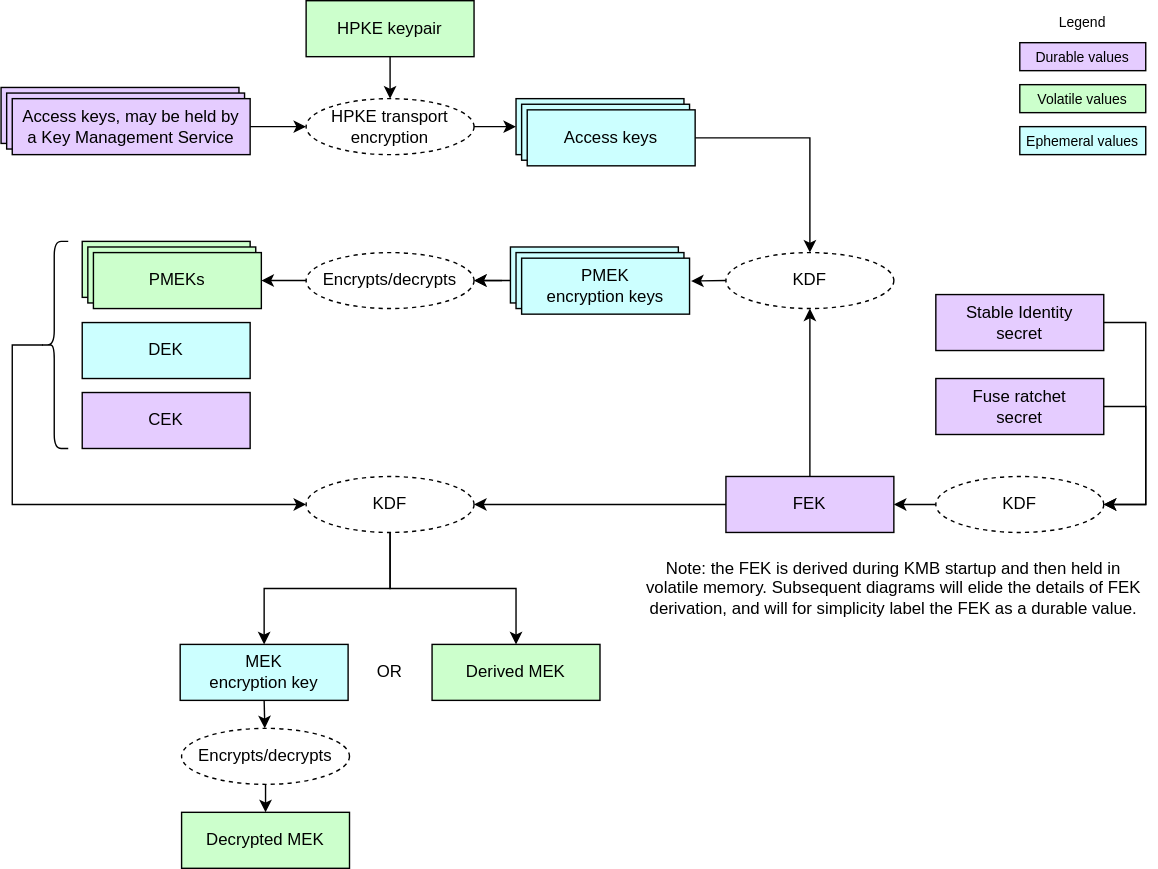
Before: doc/ocp_lock/diagrams/key_hierarchy.drawio.svg, a diagram exported from draw.io (chipsalliance/Caliptra). Source tidied: cells renumbered, new cells last; positions are measured from the earlier drawing's top-left corner, leaving out a move shared by most shapes.
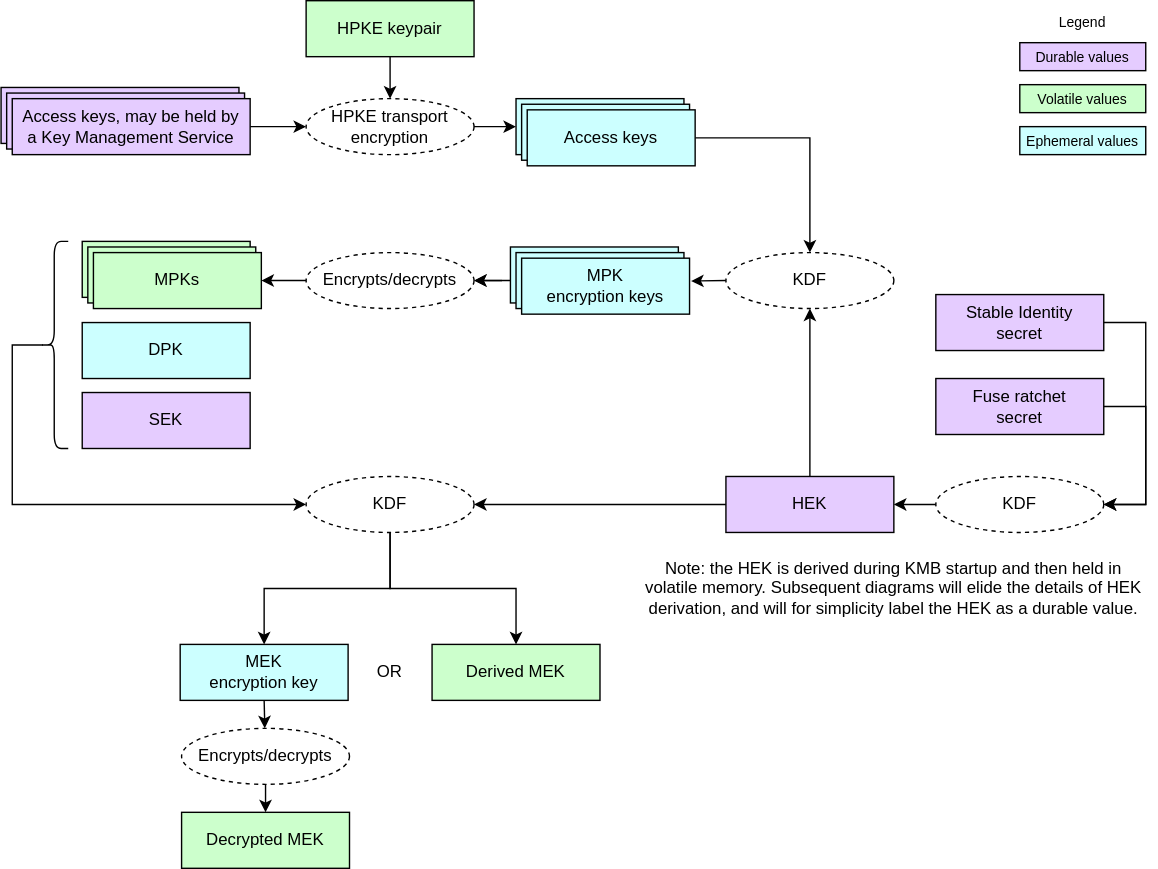
After the commit.

Diff of the diagram source:
```diff
@@ -5,7 +5,7 @@
     <mxCell id="2" style="endArrow=classic;html=1;exitX=0;exitY=0.5;exitDx=0;exitDy=0;entryX=1;entryY=0.5;entryDx=0;entryDy=0;" parent="1" edge="1" source="8" target="11">
       <mxGeometry relative="1" as="geometry" />
     </mxCell>
-    <mxCell id="3" value="&lt;div&gt;&lt;font color=&quot;#000000&quot;&gt;PMEK&lt;/font&gt;&lt;/div&gt;&lt;div&gt;&lt;font color=&quot;#000000&quot;&gt;encryption keys&lt;/font&gt;&lt;/div&gt;" style="rounded=0;whiteSpace=wrap;html=1;align=center;verticalAlign=middle;shadow=0;glass=0;spacingLeft=0;spacingBottom=0;spacingTop=0;fillColor=#CCFFFF;" parent="1" vertex="1">
+    <mxCell id="3" style="rounded=0;whiteSpace=wrap;html=1;align=center;verticalAlign=middle;shadow=0;glass=0;spacingLeft=0;spacingBottom=0;spacingTop=0;fillColor=#CCFFFF;" parent="1" vertex="1">
       <mxGeometry x="364" y="176" width="120" height="40" as="geometry" />
     </mxCell>
     <mxCell id="4" value="&lt;div&gt;&lt;font color=&quot;#000000&quot;&gt;Access keys, may be held by Key Management Service&lt;/font&gt;&lt;/div&gt;" style="rounded=0;whiteSpace=wrap;html=1;align=center;verticalAlign=middle;shadow=0;glass=0;spacingLeft=0;spacingBottom=0;spacingTop=0;fillColor=#E5CCFF;" parent="1" vertex="1">
@@ -14,7 +14,7 @@
     <mxCell id="5" value="&lt;div&gt;&lt;font color=&quot;#000000&quot;&gt;Access keys, may be held by Key Management Service&lt;/font&gt;&lt;/div&gt;" style="rounded=0;whiteSpace=wrap;html=1;align=center;verticalAlign=middle;shadow=0;glass=0;spacingLeft=0;spacingBottom=0;spacingTop=0;fillColor=#E5CCFF;" parent="1" vertex="1">
       <mxGeometry x="4" y="66" width="170" height="40" as="geometry" />
     </mxCell>
-    <mxCell id="6" value="&lt;div&gt;&lt;font color=&quot;#000000&quot;&gt;FEK&lt;/font&gt;&lt;/div&gt;" style="rounded=0;whiteSpace=wrap;html=1;align=center;verticalAlign=middle;shadow=0;glass=0;spacingLeft=0;spacingBottom=0;spacingTop=0;fillColor=#E5CCFF;" parent="1" vertex="1">
+    <mxCell id="6" value="HEK" style="rounded=0;whiteSpace=wrap;html=1;align=center;verticalAlign=middle;shadow=0;glass=0;spacingLeft=0;spacingBottom=0;spacingTop=0;fillColor=#E5CCFF;" parent="1" vertex="1">
       <mxGeometry x="518" y="340" width="120" height="40" as="geometry" />
     </mxCell>
     <mxCell id="7" style="edgeStyle=none;html=1;endSize=6;startSize=6;" parent="1" edge="1" target="11">
@@ -22,7 +22,7 @@
         <mxPoint x="358" y="200" as="sourcePoint" />
       </mxGeometry>
     </mxCell>
-    <mxCell id="8" value="&lt;div&gt;&lt;font color=&quot;#000000&quot;&gt;PMEK&lt;/font&gt;&lt;/div&gt;&lt;div&gt;&lt;font color=&quot;#000000&quot;&gt;encryption keys&lt;/font&gt;&lt;/div&gt;" style="rounded=0;whiteSpace=wrap;html=1;align=center;verticalAlign=middle;shadow=0;glass=0;spacingLeft=0;spacingBottom=0;spacingTop=0;fillColor=#CCFFFF;" parent="1" vertex="1">
+    <mxCell id="8" style="rounded=0;whiteSpace=wrap;html=1;align=center;verticalAlign=middle;shadow=0;glass=0;spacingLeft=0;spacingBottom=0;spacingTop=0;fillColor=#CCFFFF;" parent="1" vertex="1">
       <mxGeometry x="368" y="180" width="120" height="40" as="geometry" />
     </mxCell>
     <mxCell id="9" value="&lt;div&gt;&lt;font color=&quot;#000000&quot;&gt;Access keys&lt;/font&gt;&lt;/div&gt;" style="rounded=0;whiteSpace=wrap;html=1;align=center;verticalAlign=middle;shadow=0;glass=0;spacingLeft=0;spacingBottom=0;spacingTop=0;fillColor=#CCFFFF;" parent="1" vertex="1">
@@ -81,22 +81,22 @@
     <mxCell id="25" value="&lt;div&gt;&lt;font color=&quot;#000000&quot;&gt;Ephemeral values&lt;/font&gt;&lt;/div&gt;" style="rounded=0;whiteSpace=wrap;html=1;align=center;verticalAlign=middle;shadow=0;glass=0;spacingLeft=0;spacingBottom=0;spacingTop=0;fillColor=#CCFFFF;fontSize=10;" parent="1" vertex="1">
       <mxGeometry x="728" y="90" width="90" height="20" as="geometry" />
     </mxCell>
-    <mxCell id="26" value="&lt;div&gt;&lt;font color=&quot;#000000&quot;&gt;PMEK&lt;/font&gt;&lt;/div&gt;" style="rounded=0;whiteSpace=wrap;html=1;align=center;verticalAlign=middle;shadow=0;glass=0;spacingLeft=0;spacingBottom=0;spacingTop=0;fillColor=#CCFFCC;" parent="1" vertex="1">
+    <mxCell id="26" style="rounded=0;whiteSpace=wrap;html=1;align=center;verticalAlign=middle;shadow=0;glass=0;spacingLeft=0;spacingBottom=0;spacingTop=0;fillColor=#CCFFCC;" parent="1" vertex="1">
       <mxGeometry x="58" y="172" width="120" height="40" as="geometry" />
     </mxCell>
-    <mxCell id="27" value="&lt;div&gt;&lt;font color=&quot;#000000&quot;&gt;PMEK&lt;/font&gt;&lt;/div&gt;" style="rounded=0;whiteSpace=wrap;html=1;align=center;verticalAlign=middle;shadow=0;glass=0;spacingLeft=0;spacingBottom=0;spacingTop=0;fillColor=#CCFFCC;" parent="1" vertex="1">
+    <mxCell id="27" style="rounded=0;whiteSpace=wrap;html=1;align=center;verticalAlign=middle;shadow=0;glass=0;spacingLeft=0;spacingBottom=0;spacingTop=0;fillColor=#CCFFCC;" parent="1" vertex="1">
       <mxGeometry x="62" y="176" width="120" height="40" as="geometry" />
     </mxCell>
-    <mxCell id="28" value="&lt;div&gt;&lt;font color=&quot;#000000&quot;&gt;PMEKs&lt;/font&gt;&lt;/div&gt;" style="rounded=0;whiteSpace=wrap;html=1;align=center;verticalAlign=middle;shadow=0;glass=0;spacingLeft=0;spacingBottom=0;spacingTop=0;fillColor=#CCFFCC;" parent="1" vertex="1">
+    <mxCell id="28" value="&lt;div&gt;&lt;font color=&quot;#000000&quot;&gt;MPKs&lt;/font&gt;&lt;/div&gt;" style="rounded=0;whiteSpace=wrap;html=1;align=center;verticalAlign=middle;shadow=0;glass=0;spacingLeft=0;spacingBottom=0;spacingTop=0;fillColor=#CCFFCC;" parent="1" vertex="1">
       <mxGeometry x="66" y="180" width="120" height="40" as="geometry" />
     </mxCell>
     <mxCell id="29" value="KDF" style="ellipse;whiteSpace=wrap;html=1;fillColor=#FFFFFF;dashed=1;" parent="1" vertex="1">
       <mxGeometry x="218" y="340" width="120" height="40" as="geometry" />
     </mxCell>
-    <mxCell id="30" value="&lt;div&gt;&lt;font color=&quot;#000000&quot;&gt;DEK&lt;/font&gt;&lt;/div&gt;" style="rounded=0;whiteSpace=wrap;html=1;align=center;verticalAlign=middle;shadow=0;glass=0;spacingLeft=0;spacingBottom=0;spacingTop=0;fillColor=#CCFFFF;" parent="1" vertex="1">
+    <mxCell id="30" value="&lt;div&gt;&lt;font color=&quot;#000000&quot;&gt;DPK&lt;/font&gt;&lt;/div&gt;" style="rounded=0;whiteSpace=wrap;html=1;align=center;verticalAlign=middle;shadow=0;glass=0;spacingLeft=0;spacingBottom=0;spacingTop=0;fillColor=#CCFFFF;" parent="1" vertex="1">
       <mxGeometry x="58" y="230" width="120" height="40" as="geometry" />
     </mxCell>
-    <mxCell id="31" value="&lt;div&gt;&lt;font color=&quot;#000000&quot;&gt;CEK&lt;/font&gt;&lt;/div&gt;" style="rounded=0;whiteSpace=wrap;html=1;align=center;verticalAlign=middle;shadow=0;glass=0;spacingLeft=0;spacingBottom=0;spacingTop=0;fillColor=#E5CCFF;" parent="1" vertex="1">
+    <mxCell id="31" value="&lt;div&gt;&lt;font color=&quot;#000000&quot;&gt;SEK&lt;/font&gt;&lt;/div&gt;" style="rounded=0;whiteSpace=wrap;html=1;align=center;verticalAlign=middle;shadow=0;glass=0;spacingLeft=0;spacingBottom=0;spacingTop=0;fillColor=#E5CCFF;" parent="1" vertex="1">
       <mxGeometry x="58" y="280" width="120" height="40" as="geometry" />
     </mxCell>
     <mxCell id="32" value="&lt;div&gt;&lt;font color=&quot;#000000&quot;&gt;MEK&lt;/font&gt;&lt;/div&gt;&lt;div&gt;&lt;font color=&quot;#000000&quot;&gt;encryption key&lt;/font&gt;&lt;/div&gt;" style="rounded=0;whiteSpace=wrap;html=1;align=center;verticalAlign=middle;shadow=0;glass=0;spacingLeft=0;spacingBottom=0;spacingTop=0;fillColor=#CCFFFF;" parent="1" vertex="1">
@@ -127,7 +127,7 @@
     <mxCell id="37" value="&lt;div&gt;&lt;font color=&quot;#000000&quot;&gt;Access keys&lt;/font&gt;&lt;/div&gt;" style="rounded=0;whiteSpace=wrap;html=1;align=center;verticalAlign=middle;shadow=0;glass=0;spacingLeft=0;spacingBottom=0;spacingTop=0;fillColor=#CCFFFF;" parent="1" vertex="1">
       <mxGeometry x="376" y="78" width="120" height="40" as="geometry" />
     </mxCell>
-    <mxCell id="38" value="&lt;div&gt;&lt;font color=&quot;#000000&quot;&gt;PMEK&lt;/font&gt;&lt;/div&gt;&lt;div&gt;&lt;font color=&quot;#000000&quot;&gt;encryption keys&lt;/font&gt;&lt;/div&gt;" style="rounded=0;whiteSpace=wrap;html=1;align=center;verticalAlign=middle;shadow=0;glass=0;spacingLeft=0;spacingBottom=0;spacingTop=0;fillColor=#CCFFFF;" parent="1" vertex="1">
+    <mxCell id="38" value="&lt;div&gt;&lt;font color=&quot;#000000&quot;&gt;MPK&lt;/font&gt;&lt;/div&gt;&lt;div&gt;&lt;font color=&quot;#000000&quot;&gt;encryption keys&lt;/font&gt;&lt;/div&gt;" style="rounded=0;whiteSpace=wrap;html=1;align=center;verticalAlign=middle;shadow=0;glass=0;spacingLeft=0;spacingBottom=0;spacingTop=0;fillColor=#CCFFFF;" parent="1" vertex="1">
       <mxGeometry x="372" y="184" width="120" height="40" as="geometry" />
     </mxCell>
     <mxCell id="39" style="endArrow=classic;html=1;endSize=6;startSize=6;entryX=1;entryY=0.5;entryDx=0;entryDy=0;exitX=0;exitY=0.5;exitDx=0;exitDy=0;" parent="1" edge="1" source="6" target="29">
@@ -161,7 +161,7 @@
         </Array>
       </mxGeometry>
     </mxCell>
-    <mxCell id="46" value="Note: the FEK is derived during KMB startup and then held in volatile memory.&amp;nbsp;&lt;span style=&quot;background-color: transparent;&quot;&gt;Subsequent diagrams will elide the details of FEK derivation, and will for simplicity label the FEK as a durable value.&lt;/span&gt;" style="text;strokeColor=none;align=center;fillColor=none;html=1;verticalAlign=middle;whiteSpace=wrap;rounded=0;" parent="1" vertex="1">
+    <mxCell id="46" value="Note: the HEK is derived during KMB startup and then held in volatile memory.&amp;nbsp;&lt;span style=&quot;background-color: transparent;&quot;&gt;Subsequent diagrams will elide the details of HEK derivation, and will for simplicity label the HEK as a durable value.&lt;/span&gt;" style="text;strokeColor=none;align=center;fillColor=none;html=1;verticalAlign=middle;whiteSpace=wrap;rounded=0;" parent="1" vertex="1">
       <mxGeometry x="458" y="390" width="360" height="60" as="geometry" />
     </mxCell>
     <mxCell id="47" value="&lt;div&gt;&lt;font color=&quot;#000000&quot;&gt;Derived MEK&lt;/font&gt;&lt;/div&gt;" style="rounded=0;whiteSpace=wrap;html=1;align=center;verticalAlign=middle;shadow=0;glass=0;spacingLeft=0;spacingBottom=0;spacingTop=0;fillColor=#CCFFCC;" parent="1" vertex="1">
```
